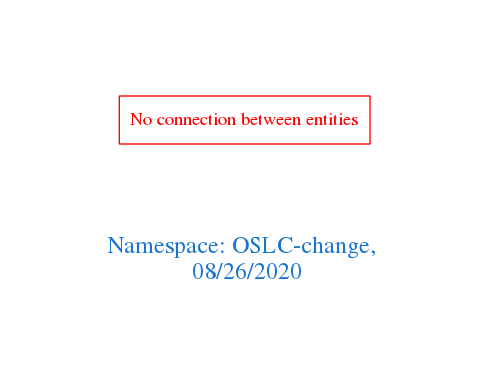
Earlier version of the Graphviz export downloads/OSLC-change.png (arago/OGIT). Its source is kept beside it as downloads/OSLC-change.dot.
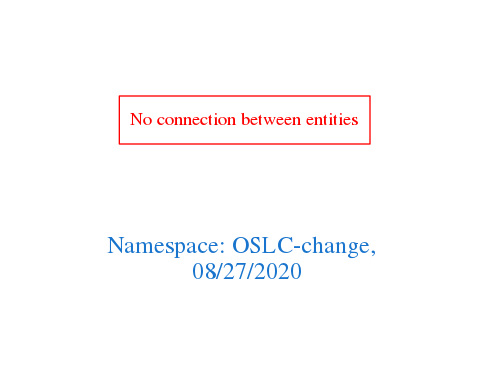
The same diagram one commit later.

What changed in the source:
```diff
@@ -1,7 +1,7 @@
 digraph OGIT_ontology {
  graph [ rankdir= LR,pad=1
 fontsize = 18,
-fontcolor= dodgerblue3,label = "\n\n\nNamespace: OSLC-change, \n 08/26/2020"];
+fontcolor= dodgerblue3,label = "\n\n\nNamespace: OSLC-change, \n 08/27/2020"];
 node[shape=polygon];
 edge [  color="gray81"];
 
```
